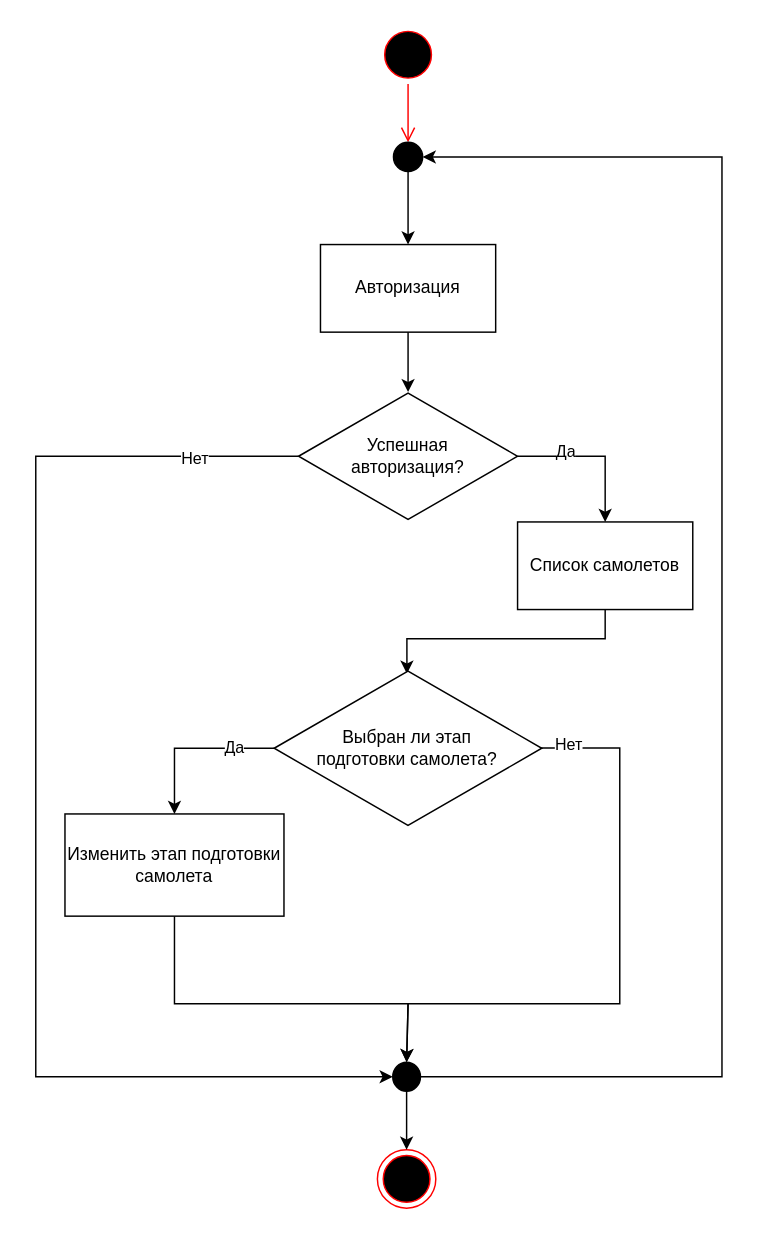
CCF2P/Backend keeps this draw.io diagram as page "Бригадир_этап_самолета" (2 of 6) of Диаграммы_drawio/Сценарии_использования.drawio. Above is the earlier version. Source tidied: cells renumbered, new cells numbered last; positions are measured from the earlier drawing's top-left corner, leaving out a move shared by most shapes. Both pictures are drawn from the tidied source at 146%, with x=0, y=0 at pixel (35, 25).
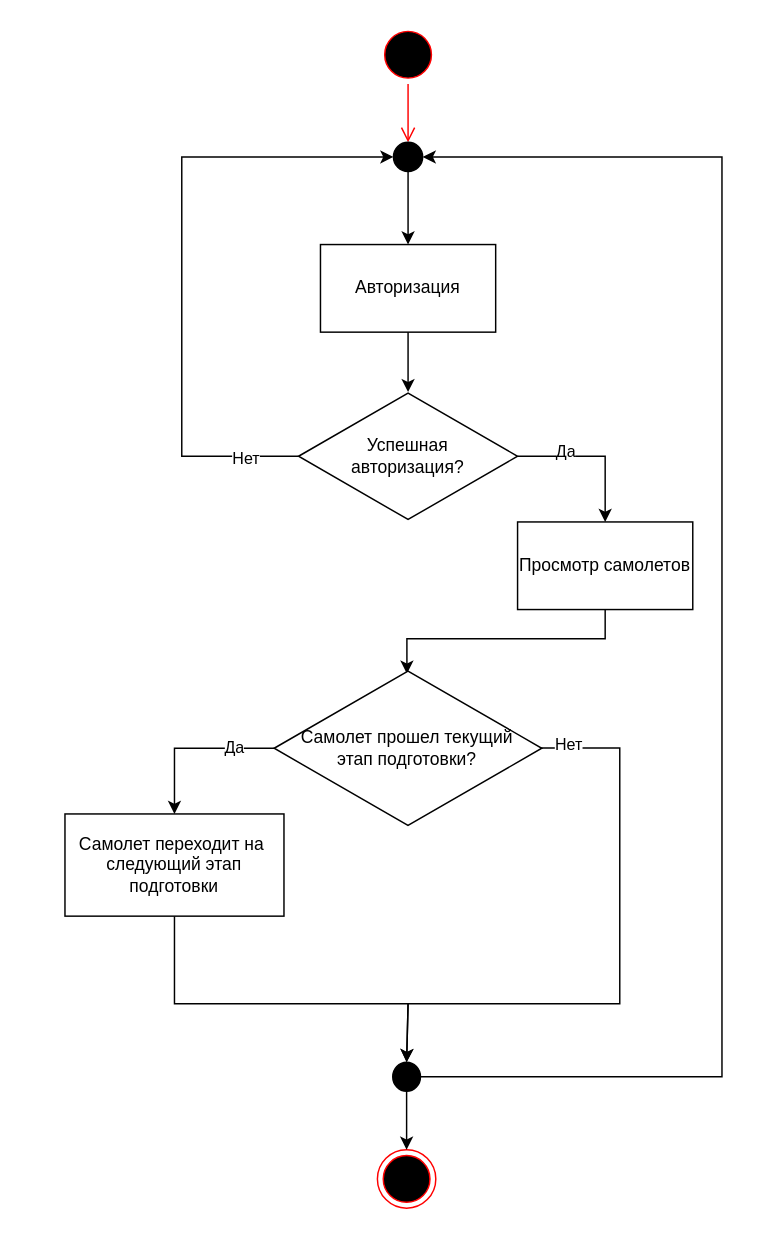
Above is the later version.

Unchanged cells that the change refers to:
```xml
<mxCell id="19" value="Успешная&lt;br&gt;авторизация?" style="html=1;whiteSpace=wrap;shape=isoRectangle;" parent="1" vertex="1">
  <mxGeometry x="180" y="250" width="150" height="90" as="geometry" />
</mxCell>
<mxCell id="21" style="ellipse;fillColor=strokeColor;html=1;" parent="1" vertex="1">
  <mxGeometry x="245" y="80" width="20" height="20" as="geometry" />
</mxCell>
<mxCell id="25" style="ellipse;fillColor=strokeColor;html=1;" parent="1" vertex="1">
  <mxGeometry x="244.5" y="710" width="19" height="20" as="geometry" />
</mxCell>
```

Change to the diagram source:
```diff
@@
-    <mxCell id="5" value="Список самолетов" style="rounded=0;whiteSpace=wrap;html=1;" parent="1" vertex="1">
+    <mxCell id="5" value="Просмотр самолетов" style="rounded=0;whiteSpace=wrap;html=1;" parent="1" vertex="1">
       <mxGeometry x="330" y="340" width="120" height="60" as="geometry" />
     </mxCell>
@@
-    <mxCell id="10" value="Выбран ли этап&lt;br&gt;подготовки самолета?" style="html=1;whiteSpace=wrap;shape=isoRectangle;" parent="1" vertex="1">
+    <mxCell id="10" value="Самолет прошел текущий&lt;br&gt;этап подготовки?" style="html=1;whiteSpace=wrap;shape=isoRectangle;" parent="1" vertex="1">
       <mxGeometry x="163.3" y="440" width="183.3" height="110" as="geometry" />
     </mxCell>
@@
-    <mxCell id="12" value="Изменить этап подготовки самолета" style="rounded=0;whiteSpace=wrap;html=1;" parent="1" vertex="1">
+    <mxCell id="12" value="Самолет переходит на&amp;nbsp; следующий этап подготовки" style="rounded=0;whiteSpace=wrap;html=1;" parent="1" vertex="1">
       <mxGeometry x="20" y="540" width="150" height="70" as="geometry" />
     </mxCell>
@@
-    <mxCell id="15" style="edgeStyle=orthogonalEdgeStyle;rounded=0;jettySize=auto;html=1;entryX=0;entryY=0.5;entryDx=0;entryDy=0;" parent="1" edge="1" source="19" target="25">
+    <mxCell id="15" style="edgeStyle=orthogonalEdgeStyle;rounded=0;jettySize=auto;html=1;entryX=0;entryY=0.5;entryDx=0;entryDy=0;" parent="1" edge="1" source="19" target="21">
       <mxGeometry relative="1" as="geometry">
         <Array as="points">
-          <mxPoint y="295" />
-          <mxPoint y="720" />
+          <mxPoint x="100" y="295" />
+          <mxPoint x="100" y="90" />
         </Array>
       </mxGeometry>
     </mxCell>
```
